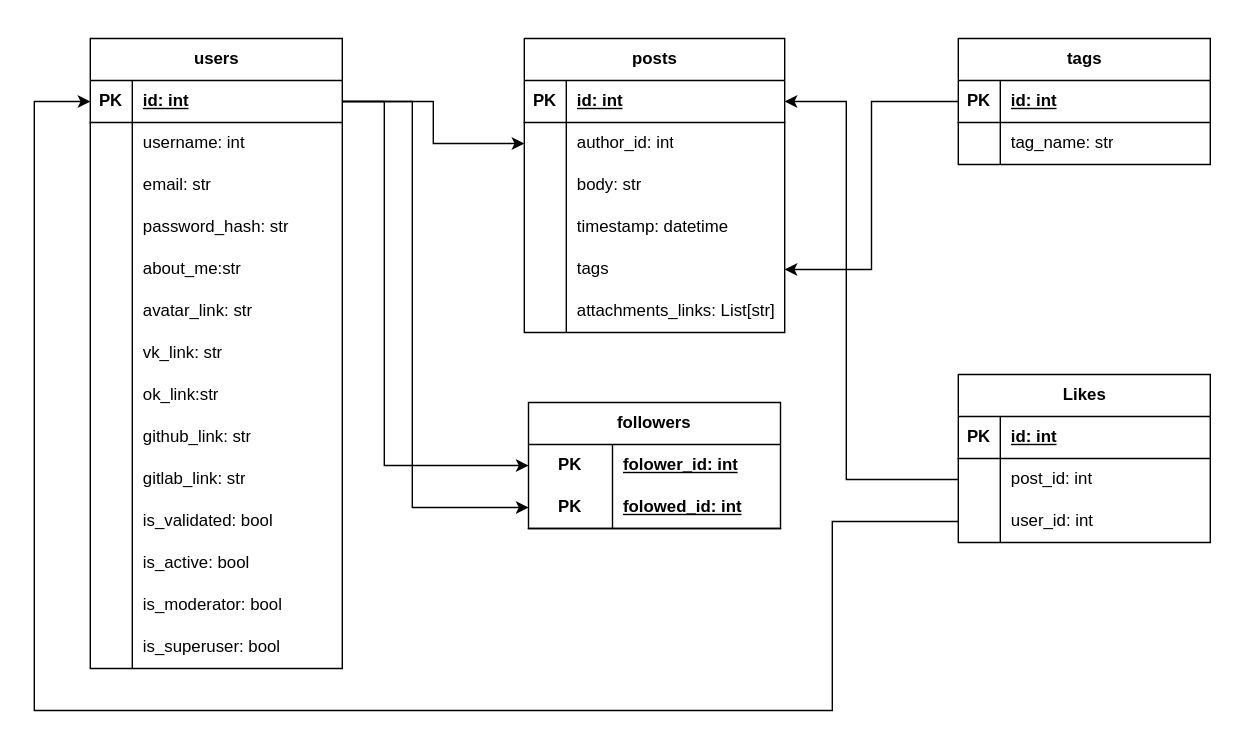
The draw.io diagram docs/diagrams/hosteypic_db.drawio in Forkenn/HosteyPic, before the edit. Source tidied: cells renumbered, new cells numbered last; positions are measured from the earlier drawing's top-left corner, leaving out a move shared by most shapes. Both pictures are drawn from the tidied source at 140%, with x=0, y=0 at pixel (34, 38).
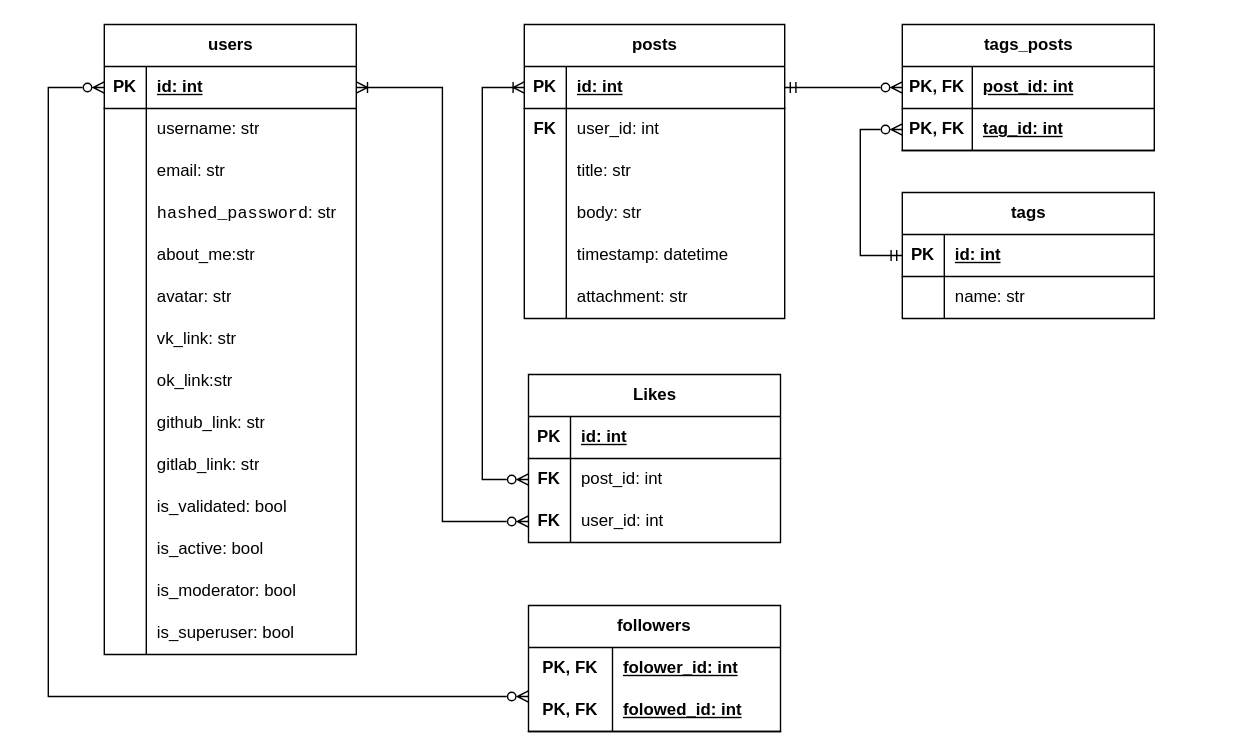
Above is the later version.

Unchanged cells that the change refers to:
```xml
<mxCell id="3" style="shape=tableRow;horizontal=0;startSize=0;swimlaneHead=0;swimlaneBody=0;fillColor=none;points=[[0,0.5],[1,0.5]];portConstraint=eastwest;top=0;left=0;right=0;bottom=1;" parent="2" vertex="1">
  <mxGeometry y="30" width="180" height="30" as="geometry" />
</mxCell>
<mxCell id="6" style="shape=tableRow;horizontal=0;startSize=0;swimlaneHead=0;swimlaneBody=0;fillColor=none;top=0;left=0;right=0;bottom=0;" parent="2" vertex="1">
  <mxGeometry y="60" width="180" height="30" as="geometry" />
</mxCell>
<mxCell id="12" style="shape=tableRow;horizontal=0;startSize=0;swimlaneHead=0;swimlaneBody=0;fillColor=none;top=0;left=0;right=0;bottom=0;" parent="2" vertex="1">
  <mxGeometry y="120" width="180" height="30" as="geometry" />
</mxCell>
<mxCell id="18" style="shape=tableRow;horizontal=0;startSize=0;swimlaneHead=0;swimlaneBody=0;fillColor=none;top=0;left=0;right=0;bottom=0;" parent="2" vertex="1">
  <mxGeometry y="180" width="180" height="30" as="geometry" />
</mxCell>
<mxCell id="65" style="shape=tableRow;horizontal=0;startSize=0;swimlaneHead=0;swimlaneBody=0;fillColor=none;points=[[0,0.5],[1,0.5]];portConstraint=eastwest;top=0;left=0;right=0;bottom=1;" parent="64" vertex="1">
  <mxGeometry y="30" width="180" height="30" as="geometry" />
</mxCell>
<mxCell id="68" style="shape=tableRow;horizontal=0;startSize=0;swimlaneHead=0;swimlaneBody=0;fillColor=none;top=0;left=0;right=0;bottom=0;" parent="64" vertex="1">
  <mxGeometry y="60" width="180" height="30" as="geometry" />
</mxCell>
<mxCell id="74" style="shape=tableRow;horizontal=0;startSize=0;swimlaneHead=0;swimlaneBody=0;fillColor=none;points=[[0,0.5],[1,0.5]];portConstraint=eastwest;top=0;left=0;right=0;bottom=0;html=1;" parent="73" vertex="1">
  <mxGeometry y="30" width="180" height="30" as="geometry" />
</mxCell>
<mxCell id="77" style="shape=tableRow;horizontal=0;startSize=0;swimlaneHead=0;swimlaneBody=0;fillColor=none;points=[[0,0.5],[1,0.5]];portConstraint=eastwest;top=0;left=0;right=0;bottom=1;html=1;" parent="73" vertex="1">
  <mxGeometry y="60" width="180" height="30" as="geometry" />
</mxCell>
<mxCell id="86" style="shape=tableRow;horizontal=0;startSize=0;swimlaneHead=0;swimlaneBody=0;fillColor=none;points=[[0,0.5],[1,0.5]];portConstraint=eastwest;top=0;left=0;right=0;bottom=0;" parent="82" vertex="1">
  <mxGeometry y="60" width="180" height="30" as="geometry" />
</mxCell>
```

What changed in the source:
```diff
@@
     <mxCell id="2" value="users" style="shape=table;startSize=30;childLayout=tableLayout;rowLines=0;fontStyle=1;align=center;html=1;" parent="1" vertex="1">
-      <mxGeometry x="40" width="180" height="450" as="geometry" />
+      <mxGeometry x="50" y="-10" width="180" height="450" as="geometry" />
     </mxCell>
@@
-    <mxCell id="8" value="username: int" style="shape=partialRectangle;fillColor=none;top=0;left=0;bottom=0;right=0;align=left;spacingLeft=6;overflow=hidden;whiteSpace=wrap;html=1;" parent="6" vertex="1">
+    <mxCell id="8" value="username: str" style="shape=partialRectangle;fillColor=none;top=0;left=0;bottom=0;right=0;align=left;spacingLeft=6;overflow=hidden;whiteSpace=wrap;html=1;" parent="6" vertex="1">
       <mxGeometry x="30" width="150" height="30" as="geometry" />
     </mxCell>
@@
-    <mxCell id="14" value="password_hash: str" style="shape=partialRectangle;fillColor=none;top=0;left=0;bottom=0;right=0;align=left;spacingLeft=6;overflow=hidden;whiteSpace=wrap;html=1;" parent="12" vertex="1">
+    <mxCell id="14" value="&lt;font face=&quot;Helvetica&quot;&gt;&lt;code&gt;hashed_password&lt;/code&gt;: str&lt;/font&gt;" style="shape=partialRectangle;fillColor=none;top=0;left=0;bottom=0;right=0;align=left;spacingLeft=6;overflow=hidden;whiteSpace=wrap;html=1;" parent="12" vertex="1">
       <mxGeometry x="30" width="150" height="30" as="geometry" />
     </mxCell>
@@
-    <mxCell id="20" value="avatar_link: str" style="shape=partialRectangle;fillColor=none;top=0;left=0;bottom=0;right=0;align=left;spacingLeft=6;overflow=hidden;whiteSpace=wrap;html=1;" parent="18" vertex="1">
+    <mxCell id="20" value="avatar: str" style="shape=partialRectangle;fillColor=none;top=0;left=0;bottom=0;right=0;align=left;spacingLeft=6;overflow=hidden;whiteSpace=wrap;html=1;" parent="18" vertex="1">
       <mxGeometry x="30" width="150" height="30" as="geometry" />
     </mxCell>
@@
-    <mxCell id="45" value="posts" style="shape=table;startSize=30;childLayout=tableLayout;rowLines=0;fontStyle=1;align=center;html=1;" parent="1" vertex="1">
-      <mxGeometry x="350" width="186" height="210" as="geometry" />
-    </mxCell>
-    <mxCell id="46" style="shape=tableRow;horizontal=0;startSize=0;swimlaneHead=0;swimlaneBody=0;fillColor=none;points=[[0,0.5],[1,0.5]];portConstraint=eastwest;top=0;left=0;right=0;bottom=1;" parent="45" vertex="1">
-      <mxGeometry y="30" width="186" height="30" as="geometry" />
-    </mxCell>
-    <mxCell id="47" value="PK" style="shape=partialRectangle;fillColor=none;top=0;left=0;bottom=0;right=0;fontStyle=1;overflow=hidden;whiteSpace=wrap;html=1;" parent="46" vertex="1">
-      <mxGeometry width="30" height="30" as="geometry" />
-    </mxCell>
-    <mxCell id="48" value="id: int" style="shape=partialRectangle;fillColor=none;top=0;left=0;bottom=0;right=0;align=left;spacingLeft=6;fontStyle=5;overflow=hidden;whiteSpace=wrap;html=1;" parent="46" vertex="1">
-      <mxGeometry x="30" width="156" height="30" as="geometry" />
-    </mxCell>
-    <mxCell id="49" style="shape=tableRow;horizontal=0;startSize=0;swimlaneHead=0;swimlaneBody=0;fillColor=none;points=[[0,0.5],[1,0.5]];portConstraint=eastwest;top=0;left=0;right=0;bottom=0;" parent="45" vertex="1">
-      <mxGeometry y="60" width="186" height="30" as="geometry" />
-    </mxCell>
-    <mxCell id="50" style="shape=partialRectangle;fillColor=none;top=0;left=0;bottom=0;right=0;overflow=hidden;whiteSpace=wrap;html=1;" parent="49" vertex="1">
-      <mxGeometry width="30" height="30" as="geometry" />
-    </mxCell>
-    <mxCell id="51" value="author_id: int" style="shape=partialRectangle;fillColor=none;top=0;left=0;bottom=0;right=0;align=left;spacingLeft=6;overflow=hidden;whiteSpace=wrap;html=1;" parent="49" vertex="1">
-      <mxGeometry x="30" width="156" height="30" as="geometry" />
-    </mxCell>
-    <mxCell id="52" style="shape=tableRow;horizontal=0;startSize=0;swimlaneHead=0;swimlaneBody=0;fillColor=none;top=0;left=0;right=0;bottom=0;" parent="45" vertex="1">
-      <mxGeometry y="90" width="186" height="30" as="geometry" />
-    </mxCell>
-    <mxCell id="53" style="shape=partialRectangle;fillColor=none;top=0;left=0;bottom=0;right=0;overflow=hidden;whiteSpace=wrap;html=1;" parent="52" vertex="1">
-      <mxGeometry width="30" height="30" as="geometry" />
-    </mxCell>
-    <mxCell id="54" value="body: str" style="shape=partialRectangle;fillColor=none;top=0;left=0;bottom=0;right=0;align=left;spacingLeft=6;overflow=hidden;whiteSpace=wrap;html=1;" parent="52" vertex="1">
-      <mxGeometry x="30" width="156" height="30" as="geometry" />
-    </mxCell>
-    <mxCell id="55" style="shape=tableRow;horizontal=0;startSize=0;swimlaneHead=0;swimlaneBody=0;fillColor=none;top=0;left=0;right=0;bottom=0;" parent="45" vertex="1">
-      <mxGeometry y="120" width="186" height="30" as="geometry" />
-    </mxCell>
-    <mxCell id="56" style="shape=partialRectangle;fillColor=none;top=0;left=0;bottom=0;right=0;overflow=hidden;whiteSpace=wrap;html=1;" parent="55" vertex="1">
-      <mxGeometry width="30" height="30" as="geometry" />
-    </mxCell>
-    <mxCell id="57" value="timestamp: datetime" style="shape=partialRectangle;fillColor=none;top=0;left=0;bottom=0;right=0;align=left;spacingLeft=6;overflow=hidden;whiteSpace=wrap;html=1;" parent="55" vertex="1">
-      <mxGeometry x="30" width="156" height="30" as="geometry" />
-    </mxCell>
-    <mxCell id="58" style="shape=tableRow;horizontal=0;startSize=0;swimlaneHead=0;swimlaneBody=0;fillColor=none;points=[[0,0.5],[1,0.5]];portConstraint=eastwest;top=0;left=0;right=0;bottom=0;" parent="45" vertex="1">
-      <mxGeometry y="150" width="186" height="30" as="geometry" />
-    </mxCell>
-    <mxCell id="59" style="shape=partialRectangle;fillColor=none;top=0;left=0;bottom=0;right=0;overflow=hidden;whiteSpace=wrap;html=1;" parent="58" vertex="1">
-      <mxGeometry width="30" height="30" as="geometry" />
-    </mxCell>
-    <mxCell id="60" value="tags" style="shape=partialRectangle;fillColor=none;top=0;left=0;bottom=0;right=0;align=left;spacingLeft=6;overflow=hidden;whiteSpace=wrap;html=1;" parent="58" vertex="1">
-      <mxGeometry x="30" width="156" height="30" as="geometry" />
-    </mxCell>
-    <mxCell id="61" style="shape=tableRow;horizontal=0;startSize=0;swimlaneHead=0;swimlaneBody=0;fillColor=none;top=0;left=0;right=0;bottom=0;" parent="45" vertex="1">
-      <mxGeometry y="180" width="186" height="30" as="geometry" />
-    </mxCell>
-    <mxCell id="62" style="shape=partialRectangle;fillColor=none;top=0;left=0;bottom=0;right=0;overflow=hidden;whiteSpace=wrap;html=1;" parent="61" vertex="1">
-      <mxGeometry width="30" height="30" as="geometry" />
-    </mxCell>
-    <mxCell id="63" value="attachments_links: List[str]" style="shape=partialRectangle;fillColor=none;top=0;left=0;bottom=0;right=0;align=left;spacingLeft=6;overflow=hidden;whiteSpace=wrap;html=1;" parent="61" vertex="1">
-      <mxGeometry x="30" width="156" height="30" as="geometry" />
-    </mxCell>
     <mxCell id="64" value="tags" style="shape=table;startSize=30;childLayout=tableLayout;rowLines=0;fontStyle=1;align=center;html=1;" parent="1" vertex="1">
-      <mxGeometry x="660" width="180" height="90" as="geometry" />
+      <mxGeometry x="620" y="110" width="180" height="90" as="geometry" />
     </mxCell>
@@
-    <mxCell id="70" value="tag_name: str" style="shape=partialRectangle;fillColor=none;top=0;left=0;bottom=0;right=0;align=left;spacingLeft=6;overflow=hidden;whiteSpace=wrap;html=1;" parent="68" vertex="1">
+    <mxCell id="70" value="name: str" style="shape=partialRectangle;fillColor=none;top=0;left=0;bottom=0;right=0;align=left;spacingLeft=6;overflow=hidden;whiteSpace=wrap;html=1;" parent="68" vertex="1">
       <mxGeometry x="30" width="150" height="30" as="geometry" />
     </mxCell>
-    <mxCell id="71" style="edgeStyle=orthogonalEdgeStyle;rounded=0;jettySize=auto;html=1;entryX=0;entryY=0.5;entryDx=0;entryDy=0;" parent="1" edge="1" source="3" target="49">
-      <mxGeometry relative="1" as="geometry" />
-    </mxCell>
-    <mxCell id="72" style="edgeStyle=orthogonalEdgeStyle;rounded=0;jettySize=auto;html=1;entryX=1;entryY=0.5;entryDx=0;entryDy=0;exitX=0;exitY=0.5;exitDx=0;exitDy=0;" parent="1" edge="1" source="65" target="58">
-      <mxGeometry relative="1" as="geometry">
-        <Array as="points">
-          <mxPoint x="598" y="45" />
-          <mxPoint x="598" y="165" />
-        </Array>
-      </mxGeometry>
-    </mxCell>
+    <mxCell id="94" style="edgeStyle=orthogonalEdgeStyle;rounded=0;jettySize=auto;html=1;entryX=0;entryY=0.5;entryDx=0;entryDy=0;endArrow=ERzeroToMany;endFill=0;startArrow=ERzeroToMany;startFill=0;" parent="1" edge="1" source="73" target="3">
+      <mxGeometry relative="1" as="geometry">
+        <Array as="points">
+          <mxPoint x="10" y="470" />
+          <mxPoint x="10" y="35" />
+        </Array>
+      </mxGeometry>
+    </mxCell>
     <mxCell id="73" value="followers" style="shape=table;startSize=30;childLayout=tableLayout;rowLines=0;fontStyle=1;align=center;html=1;whiteSpace=wrap;" parent="1" vertex="1">
-      <mxGeometry x="353" y="260" width="180" height="90" as="geometry" />
+      <mxGeometry x="353" y="405" width="180" height="90" as="geometry" />
     </mxCell>
@@
-    <mxCell id="75" value="PK" style="shape=partialRectangle;fillColor=none;top=0;left=0;bottom=0;right=0;fontStyle=1;overflow=hidden;html=1;whiteSpace=wrap;" parent="74" vertex="1">
+    <mxCell id="75" value="PK, FK" style="shape=partialRectangle;fillColor=none;top=0;left=0;bottom=0;right=0;fontStyle=1;overflow=hidden;html=1;whiteSpace=wrap;" parent="74" vertex="1">
       <mxGeometry width="60" height="30" as="geometry" />
     </mxCell>
@@
-    <mxCell id="78" value="PK" style="shape=partialRectangle;fillColor=none;top=0;left=0;bottom=0;right=0;fontStyle=1;overflow=hidden;html=1;whiteSpace=wrap;" parent="77" vertex="1">
+    <mxCell id="78" value="PK, FK" style="shape=partialRectangle;fillColor=none;top=0;left=0;bottom=0;right=0;fontStyle=1;overflow=hidden;html=1;whiteSpace=wrap;" parent="77" vertex="1">
       <mxGeometry width="60" height="30" as="geometry" />
     </mxCell>
@@
-    <mxCell id="80" style="edgeStyle=orthogonalEdgeStyle;rounded=0;jettySize=auto;html=1;exitX=1;exitY=0.5;exitDx=0;exitDy=0;entryX=0;entryY=0.5;entryDx=0;entryDy=0;" parent="1" edge="1" source="3" target="74">
-      <mxGeometry relative="1" as="geometry">
-        <Array as="points">
-          <mxPoint x="250" y="45" />
-          <mxPoint x="250" y="305" />
-        </Array>
-      </mxGeometry>
-    </mxCell>
-    <mxCell id="81" style="edgeStyle=orthogonalEdgeStyle;rounded=0;jettySize=auto;html=1;exitX=1;exitY=0.5;exitDx=0;exitDy=0;entryX=0;entryY=0.5;entryDx=0;entryDy=0;" parent="1" edge="1" source="3" target="77">
-      <mxGeometry relative="1" as="geometry">
-        <Array as="points">
-          <mxPoint x="270" y="45" />
-          <mxPoint x="270" y="335" />
-        </Array>
-      </mxGeometry>
-    </mxCell>
     <mxCell id="82" value="Likes" style="shape=table;startSize=30;childLayout=tableLayout;rowLines=0;fontStyle=1;align=center;html=1;" parent="1" vertex="1">
-      <mxGeometry x="660" y="240" width="180" height="120" as="geometry" />
+      <mxGeometry x="353" y="240" width="180" height="120" as="geometry" />
     </mxCell>
@@
-    <mxCell id="87" style="shape=partialRectangle;fillColor=none;top=0;left=0;bottom=0;right=0;overflow=hidden;whiteSpace=wrap;html=1;" parent="86" vertex="1">
+    <mxCell id="87" value="FK" style="shape=partialRectangle;fillColor=none;top=0;left=0;bottom=0;right=0;overflow=hidden;whiteSpace=wrap;html=1;fontStyle=1;" parent="86" vertex="1">
       <mxGeometry width="30" height="30" as="geometry" />
     </mxCell>
@@
-    <mxCell id="89" style="shape=tableRow;horizontal=0;startSize=0;swimlaneHead=0;swimlaneBody=0;fillColor=none;points=[[0,0.5],[1,0.5]];portConstraint=eastwest;top=0;left=0;right=0;bottom=0;" parent="82" vertex="1">
+    <mxCell id="89" style="shape=tableRow;horizontal=0;startSize=0;swimlaneHead=0;swimlaneBody=0;fillColor=none;points=[[0,0.5],[1,0.5]];portConstraint=eastwest;top=0;left=0;right=0;bottom=0;fontStyle=1;" parent="82" vertex="1">
       <mxGeometry y="90" width="180" height="30" as="geometry" />
     </mxCell>
-    <mxCell id="90" style="shape=partialRectangle;fillColor=none;top=0;left=0;bottom=0;right=0;overflow=hidden;whiteSpace=wrap;html=1;" parent="89" vertex="1">
+    <mxCell id="90" value="&lt;b&gt;FK&lt;/b&gt;" style="shape=partialRectangle;fillColor=none;top=0;left=0;bottom=0;right=0;overflow=hidden;whiteSpace=wrap;html=1;" parent="89" vertex="1">
       <mxGeometry width="30" height="30" as="geometry" />
     </mxCell>
@@
+    <mxCell id="45" value="posts" style="shape=table;startSize=30;childLayout=tableLayout;rowLines=0;fontStyle=1;align=center;html=1;" parent="1" vertex="1">
+      <mxGeometry x="350" y="-10" width="186" height="210" as="geometry" />
+    </mxCell>
+    <mxCell id="46" style="shape=tableRow;horizontal=0;startSize=0;swimlaneHead=0;swimlaneBody=0;fillColor=none;points=[[0,0.5],[1,0.5]];portConstraint=eastwest;top=0;left=0;right=0;bottom=1;" parent="45" vertex="1">
+      <mxGeometry y="30" width="186" height="30" as="geometry" />
+    </mxCell>
+    <mxCell id="47" value="PK" style="shape=partialRectangle;fillColor=none;top=0;left=0;bottom=0;right=0;fontStyle=1;overflow=hidden;whiteSpace=wrap;html=1;" parent="46" vertex="1">
+      <mxGeometry width="30" height="30" as="geometry" />
+    </mxCell>
+    <mxCell id="48" value="id: int" style="shape=partialRectangle;fillColor=none;top=0;left=0;bottom=0;right=0;align=left;spacingLeft=6;fontStyle=5;overflow=hidden;whiteSpace=wrap;html=1;" parent="46" vertex="1">
+      <mxGeometry x="30" width="156" height="30" as="geometry" />
+    </mxCell>
+    <mxCell id="61" style="shape=tableRow;horizontal=0;startSize=0;swimlaneHead=0;swimlaneBody=0;fillColor=none;top=0;left=0;right=0;bottom=0;" parent="45" vertex="1">
+      <mxGeometry y="60" width="186" height="30" as="geometry" />
+    </mxCell>
+    <mxCell id="62" value="FK" style="shape=partialRectangle;fillColor=none;top=0;left=0;bottom=0;right=0;overflow=hidden;whiteSpace=wrap;html=1;fontStyle=1;" parent="61" vertex="1">
+      <mxGeometry width="30" height="30" as="geometry" />
+    </mxCell>
+    <mxCell id="63" value="user_id: int" style="shape=partialRectangle;fillColor=none;top=0;left=0;bottom=0;right=0;align=left;spacingLeft=6;overflow=hidden;whiteSpace=wrap;html=1;" parent="61" vertex="1">
+      <mxGeometry x="30" width="156" height="30" as="geometry" />
+    </mxCell>
+    <mxCell id="52" style="shape=tableRow;horizontal=0;startSize=0;swimlaneHead=0;swimlaneBody=0;fillColor=none;top=0;left=0;right=0;bottom=0;" parent="45" vertex="1">
+      <mxGeometry y="90" width="186" height="30" as="geometry" />
+    </mxCell>
+    <mxCell id="53" style="shape=partialRectangle;fillColor=none;top=0;left=0;bottom=0;right=0;overflow=hidden;whiteSpace=wrap;html=1;" parent="52" vertex="1">
+      <mxGeometry width="30" height="30" as="geometry" />
+    </mxCell>
+    <mxCell id="54" value="title: str" style="shape=partialRectangle;fillColor=none;top=0;left=0;bottom=0;right=0;align=left;spacingLeft=6;overflow=hidden;whiteSpace=wrap;html=1;" parent="52" vertex="1">
+      <mxGeometry x="30" width="156" height="30" as="geometry" />
+    </mxCell>
+    <mxCell id="95" style="shape=tableRow;horizontal=0;startSize=0;swimlaneHead=0;swimlaneBody=0;fillColor=none;top=0;left=0;right=0;bottom=0;" parent="45" vertex="1">
+      <mxGeometry y="120" width="186" height="30" as="geometry" />
+    </mxCell>
+    <mxCell id="50" style="shape=partialRectangle;fillColor=none;top=0;left=0;bottom=0;right=0;overflow=hidden;whiteSpace=wrap;html=1;" parent="95" vertex="1">
+      <mxGeometry width="30" height="30" as="geometry" />
+    </mxCell>
+    <mxCell id="96" value="body: str" style="shape=partialRectangle;fillColor=none;top=0;left=0;bottom=0;right=0;align=left;spacingLeft=6;overflow=hidden;whiteSpace=wrap;html=1;" parent="95" vertex="1">
+      <mxGeometry x="30" width="156" height="30" as="geometry" />
+    </mxCell>
+    <mxCell id="55" style="shape=tableRow;horizontal=0;startSize=0;swimlaneHead=0;swimlaneBody=0;fillColor=none;top=0;left=0;right=0;bottom=0;" parent="45" vertex="1">
+      <mxGeometry y="150" width="186" height="30" as="geometry" />
+    </mxCell>
+    <mxCell id="56" style="shape=partialRectangle;fillColor=none;top=0;left=0;bottom=0;right=0;overflow=hidden;whiteSpace=wrap;html=1;" parent="55" vertex="1">
+      <mxGeometry width="30" height="30" as="geometry" />
+    </mxCell>
+    <mxCell id="57" value="timestamp: datetime" style="shape=partialRectangle;fillColor=none;top=0;left=0;bottom=0;right=0;align=left;spacingLeft=6;overflow=hidden;whiteSpace=wrap;html=1;" parent="55" vertex="1">
+      <mxGeometry x="30" width="156" height="30" as="geometry" />
+    </mxCell>
+    <mxCell id="58" style="shape=tableRow;horizontal=0;startSize=0;swimlaneHead=0;swimlaneBody=0;fillColor=none;points=[[0,0.5],[1,0.5]];portConstraint=eastwest;top=0;left=0;right=0;bottom=0;" parent="45" vertex="1">
+      <mxGeometry y="180" width="186" height="30" as="geometry" />
+    </mxCell>
+    <mxCell id="59" style="shape=partialRectangle;fillColor=none;top=0;left=0;bottom=0;right=0;overflow=hidden;whiteSpace=wrap;html=1;" parent="58" vertex="1">
+      <mxGeometry width="30" height="30" as="geometry" />
+    </mxCell>
+    <mxCell id="60" value="attachment: str" style="shape=partialRectangle;fillColor=none;top=0;left=0;bottom=0;right=0;align=left;spacingLeft=6;overflow=hidden;whiteSpace=wrap;html=1;" parent="58" vertex="1">
+      <mxGeometry x="30" width="156" height="30" as="geometry" />
+    </mxCell>
+    <mxCell id="97" value="tags_posts" style="shape=table;startSize=30;childLayout=tableLayout;rowLines=0;fontStyle=1;align=center;html=1;" parent="1" vertex="1">
+      <mxGeometry x="620" y="-10" width="180" height="90" as="geometry" />
+    </mxCell>
+    <mxCell id="98" style="shape=tableRow;horizontal=0;startSize=0;swimlaneHead=0;swimlaneBody=0;fillColor=none;points=[[0,0.5],[1,0.5]];portConstraint=eastwest;top=0;left=0;right=0;bottom=1;" parent="97" vertex="1">
+      <mxGeometry y="30" width="180" height="30" as="geometry" />
+    </mxCell>
+    <mxCell id="99" value="PK, FK" style="shape=partialRectangle;fillColor=none;top=0;left=0;bottom=0;right=0;fontStyle=1;overflow=hidden;whiteSpace=wrap;html=1;" parent="98" vertex="1">
+      <mxGeometry width="50" height="30" as="geometry" />
+    </mxCell>
+    <mxCell id="100" value="post_id: int" style="shape=partialRectangle;fillColor=none;top=0;left=0;bottom=0;right=0;align=left;spacingLeft=6;fontStyle=5;overflow=hidden;whiteSpace=wrap;html=1;" parent="98" vertex="1">
+      <mxGeometry x="50" width="130" height="30" as="geometry" />
+    </mxCell>
+    <mxCell id="101" style="shape=tableRow;horizontal=0;startSize=0;swimlaneHead=0;swimlaneBody=0;fillColor=none;points=[[0,0.5],[1,0.5]];portConstraint=eastwest;top=0;left=0;right=0;bottom=1;" parent="97" vertex="1">
+      <mxGeometry y="60" width="180" height="30" as="geometry" />
+    </mxCell>
+    <mxCell id="102" value="PK, FK" style="shape=partialRectangle;fillColor=none;top=0;left=0;bottom=0;right=0;fontStyle=1;overflow=hidden;whiteSpace=wrap;html=1;" parent="101" vertex="1">
+      <mxGeometry width="50" height="30" as="geometry" />
+    </mxCell>
+    <mxCell id="103" value="tag_id: int" style="shape=partialRectangle;fillColor=none;top=0;left=0;bottom=0;right=0;align=left;spacingLeft=6;fontStyle=5;overflow=hidden;whiteSpace=wrap;html=1;" parent="101" vertex="1">
+      <mxGeometry x="50" width="130" height="30" as="geometry" />
+    </mxCell>
+    <mxCell id="104" style="edgeStyle=orthogonalEdgeStyle;rounded=0;jettySize=auto;html=1;entryX=0;entryY=0.5;entryDx=0;entryDy=0;startArrow=ERmandOne;startFill=0;endArrow=ERzeroToMany;endFill=0;" parent="1" edge="1" source="65" target="101">
+      <mxGeometry relative="1" as="geometry">
+        <Array as="points">
+          <mxPoint x="590" y="155" />
+          <mxPoint x="590" y="65" />
+        </Array>
+      </mxGeometry>
+    </mxCell>
+    <mxCell id="105" style="edgeStyle=orthogonalEdgeStyle;rounded=0;jettySize=auto;html=1;entryX=1;entryY=0.5;entryDx=0;entryDy=0;endArrow=ERmandOne;endFill=0;startArrow=ERzeroToMany;startFill=0;" parent="1" edge="1" source="98" target="46">
+      <mxGeometry relative="1" as="geometry" />
+    </mxCell>
-    <mxCell id="92" style="edgeStyle=orthogonalEdgeStyle;rounded=0;jettySize=auto;html=1;entryX=1;entryY=0.5;entryDx=0;entryDy=0;" parent="1" edge="1" source="86" target="46">
+    <mxCell id="92" style="edgeStyle=orthogonalEdgeStyle;rounded=0;jettySize=auto;html=1;entryX=0;entryY=0.5;entryDx=0;entryDy=0;startArrow=ERzeroToMany;startFill=0;endArrow=ERoneToMany;endFill=0;" parent="1" edge="1" source="86" target="46">
       <mxGeometry relative="1" as="geometry">
         <Array as="points">
-          <mxPoint x="580" y="315" />
-          <mxPoint x="580" y="45" />
+          <mxPoint x="320" y="315" />
+          <mxPoint x="320" y="35" />
         </Array>
       </mxGeometry>
     </mxCell>
-    <mxCell id="93" style="edgeStyle=orthogonalEdgeStyle;rounded=0;jettySize=auto;html=1;entryX=0;entryY=0.5;entryDx=0;entryDy=0;exitX=0;exitY=0.5;exitDx=0;exitDy=0;" parent="1" edge="1" source="89" target="3">
-      <mxGeometry relative="1" as="geometry">
-        <Array as="points">
-          <mxPoint x="570" y="345" />
-          <mxPoint x="570" y="480" />
-          <mxPoint y="480" />
-          <mxPoint y="45" />
-        </Array>
-      </mxGeometry>
+    <mxCell id="93" style="edgeStyle=orthogonalEdgeStyle;rounded=0;jettySize=auto;html=1;entryX=1;entryY=0.5;entryDx=0;entryDy=0;endArrow=ERoneToMany;endFill=0;startArrow=ERzeroToMany;startFill=0;" parent="1" edge="1" source="89" target="3">
+      <mxGeometry relative="1" as="geometry" />
     </mxCell>
```
